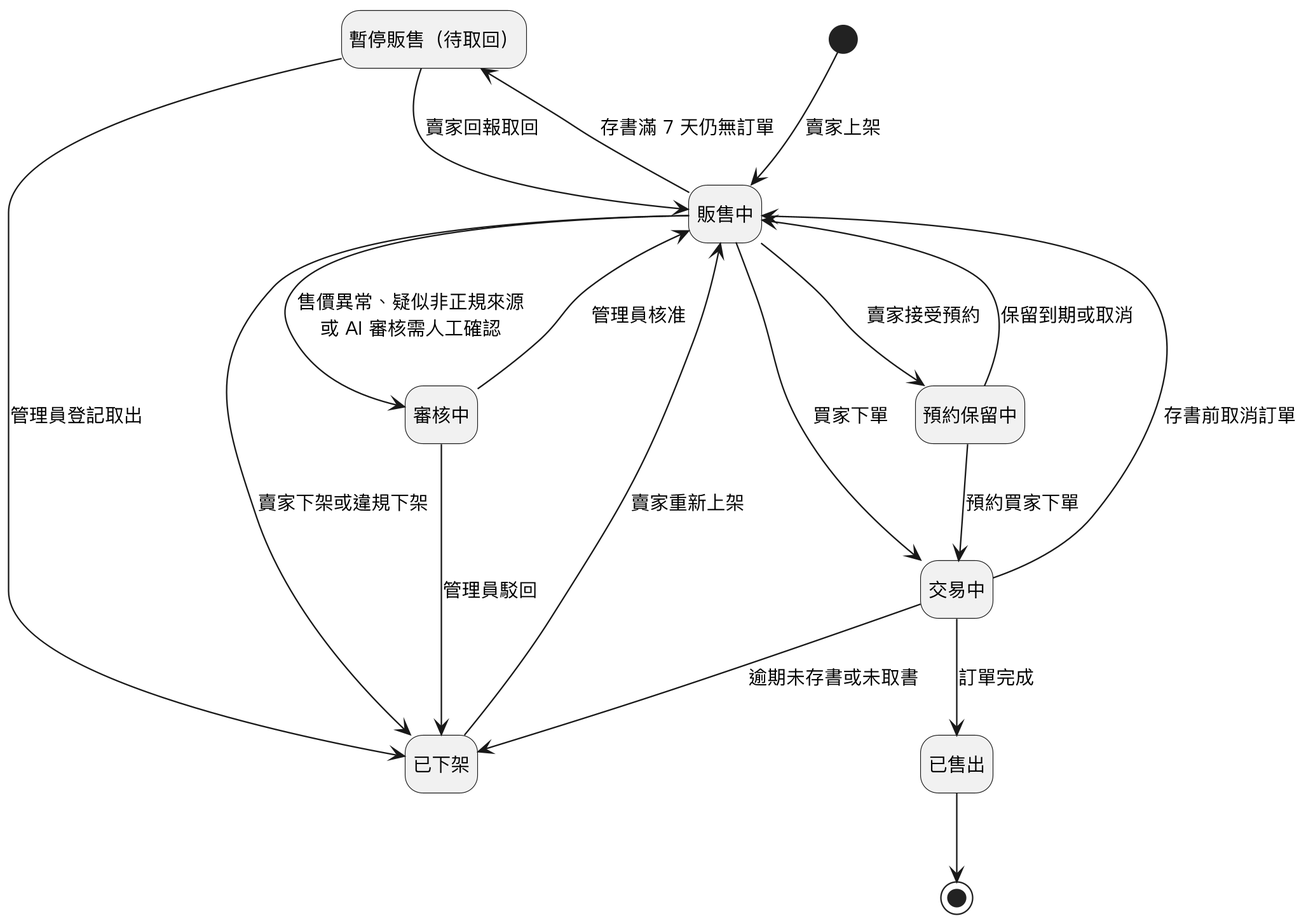
Above: Diagrams/State Machine/v3/state_books.png in SaveMyBook/SaveMyBook (PlantUML), before the change.
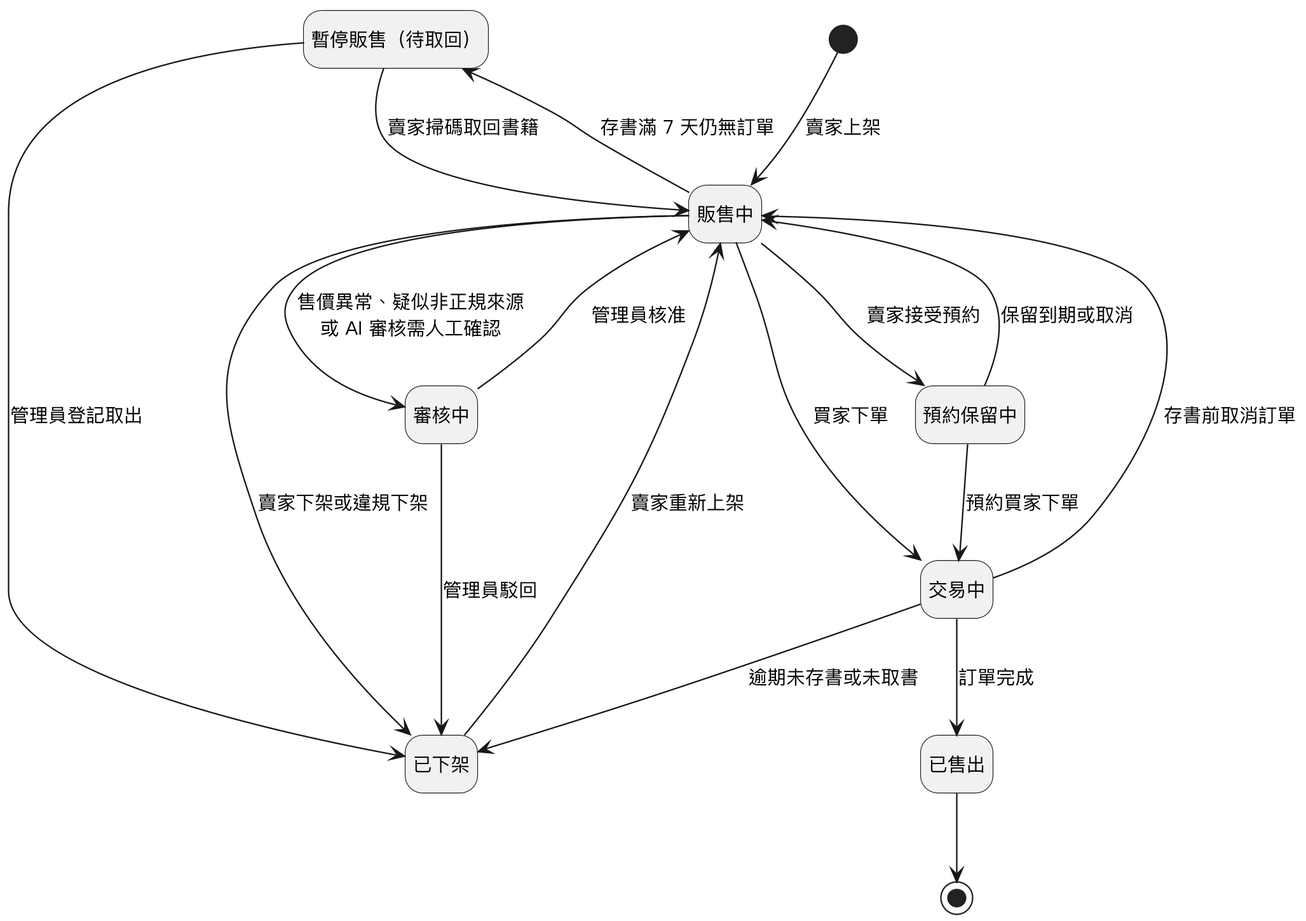
Above is the later version.

What changed in the source:
```diff
@@ -21,7 +21,7 @@
 交易中 --> 已下架 : 逾期未存書或未取書
 販售中 --> 已下架 : 賣家下架或違規下架
 販售中 --> 暫停販售 : 存書滿 7 天仍無訂單
-暫停販售 --> 販售中 : 賣家回報取回
+暫停販售 --> 販售中 : 賣家掃碼取回書籍
 暫停販售 --> 已下架 : 管理員登記取出
 已下架 --> 販售中 : 賣家重新上架
 已售出 --> [*]
```
